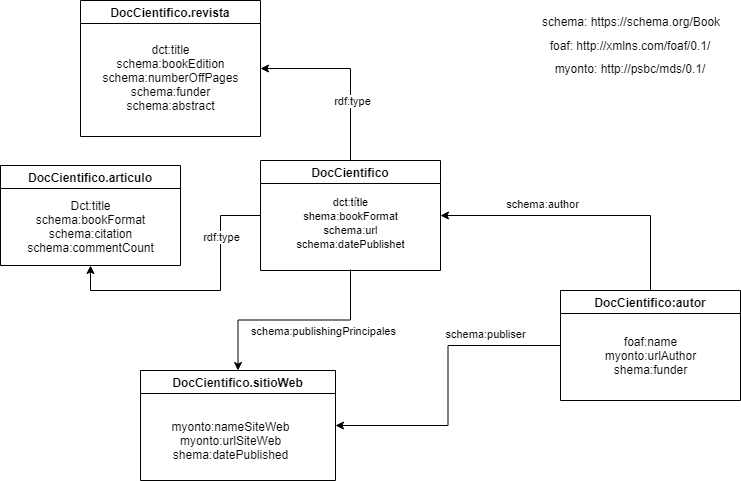
Before: Diagrama de Integracion.png, a diagram exported from draw.io (cxhidalgo02/ProyectoSBC_SDM). Source tidied: cells renumbered, new cells last; positions are measured from the earlier drawing's top-left corner, leaving out a move shared by most shapes.
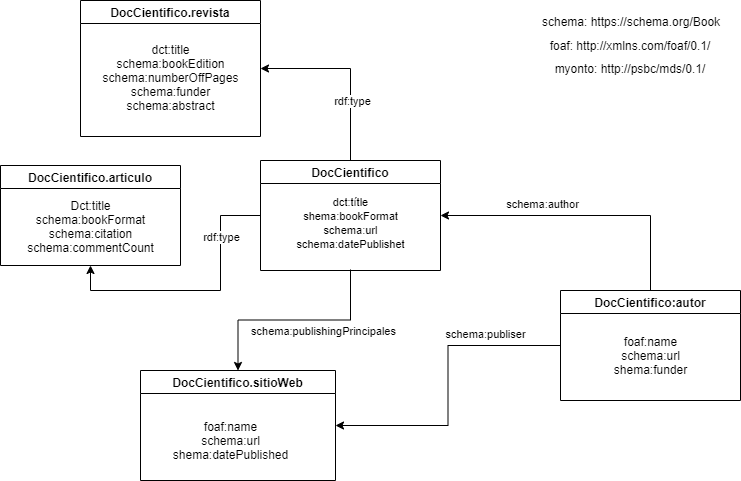
The same file after the commit.

What changed in the source:
```diff
@@ -11,7 +11,7 @@
     <mxCell id="4" value="DocCientifico.sitioWeb" style="swimlane;" parent="1" vertex="1">
       <mxGeometry x="140" y="370" width="195" height="110" as="geometry" />
     </mxCell>
-    <mxCell id="5" value="myonto:nameSiteWeb&lt;br&gt;myonto:urlSiteWeb&lt;br&gt;shema:datePublished" style="text;html=1;align=center;verticalAlign=middle;strokeColor=none;" parent="4" vertex="1">
+    <mxCell id="5" value="foaf:name&lt;br&gt;schema:url&lt;br&gt;shema:datePublished" style="text;html=1;align=center;verticalAlign=middle;strokeColor=none;" parent="4" vertex="1">
       <mxGeometry x="25" y="45" width="130" height="50" as="geometry" />
     </mxCell>
     <mxCell id="6" value="DocCientifico.revista" style="swimlane;" parent="1" vertex="1">
@@ -39,8 +39,8 @@
     <mxCell id="12" value="DocCientifico:autor" style="swimlane;" parent="1" vertex="1">
       <mxGeometry x="560" y="290" width="180" height="110" as="geometry" />
     </mxCell>
-    <mxCell id="13" value="foaf:name&lt;br&gt;myonto:urlAuthor&lt;br&gt;shema:funder" style="text;html=1;align=center;verticalAlign=middle;strokeColor=none;" parent="12" vertex="1">
-      <mxGeometry x="35" y="40" width="110" height="50" as="geometry" />
+    <mxCell id="13" value="foaf:name&lt;br&gt;schema:url&lt;br&gt;shema:funder" style="text;html=1;align=center;verticalAlign=middle;strokeColor=none;" parent="12" vertex="1">
+      <mxGeometry x="45" y="40" width="90" height="50" as="geometry" />
     </mxCell>
     <mxCell id="14" style="edgeStyle=orthogonalEdgeStyle;rounded=0;jettySize=auto;html=1;entryX=1;entryY=0.5;entryDx=0;entryDy=0;" parent="1" edge="1" source="18" target="6">
       <mxGeometry relative="1" as="geometry" />
```
